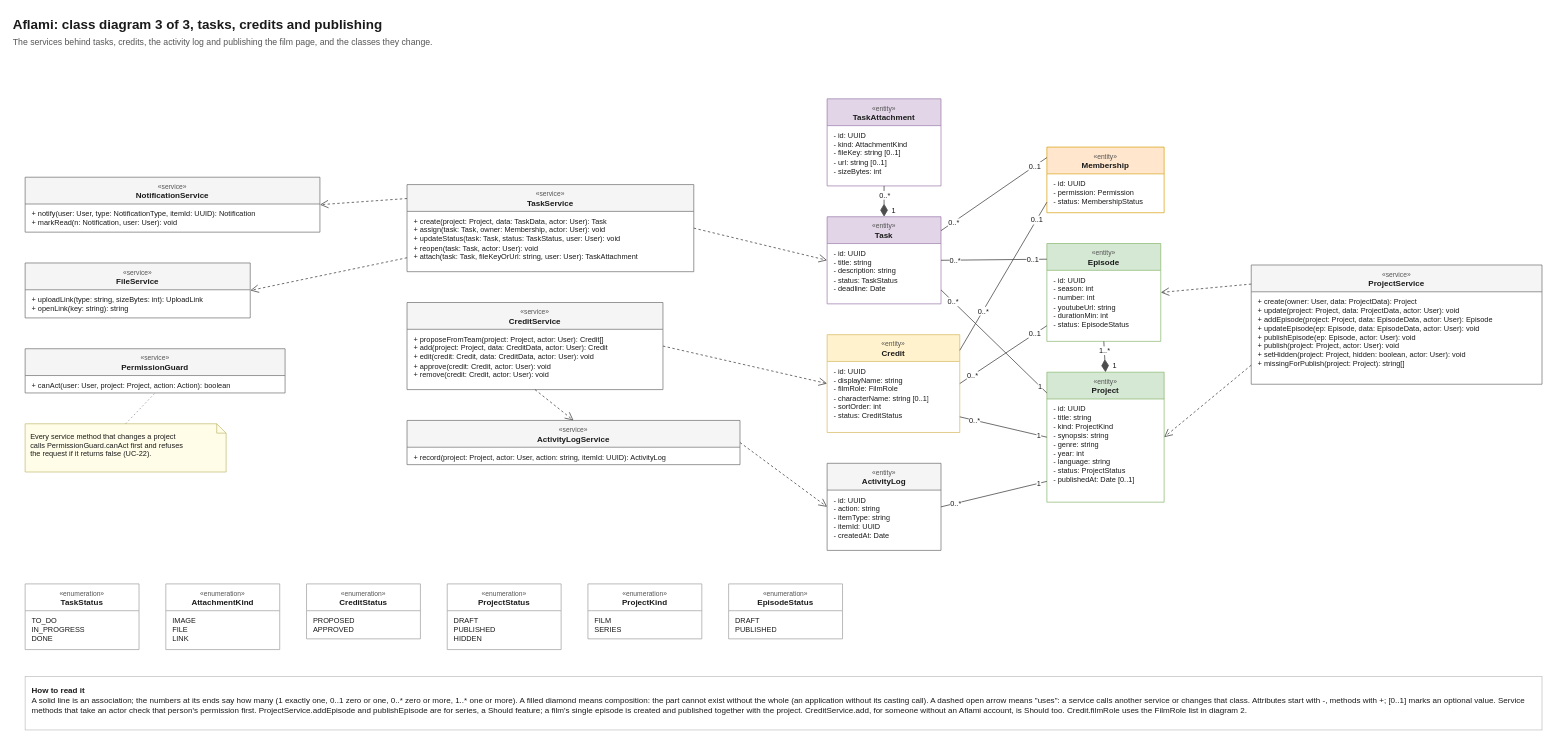
Anas-Azib/Aflami keeps this draw.io diagram as design/diagrams/Aflami_Class_Tasks_Credits.drawio. Above is the earlier version. Source tidied: cells renumbered, new cells numbered last; positions are measured from the earlier drawing's top-left corner, leaving out a move shared by most shapes. Both pictures are drawn from the tidied source at 67%, with x=0, y=0 at pixel (11, 11).
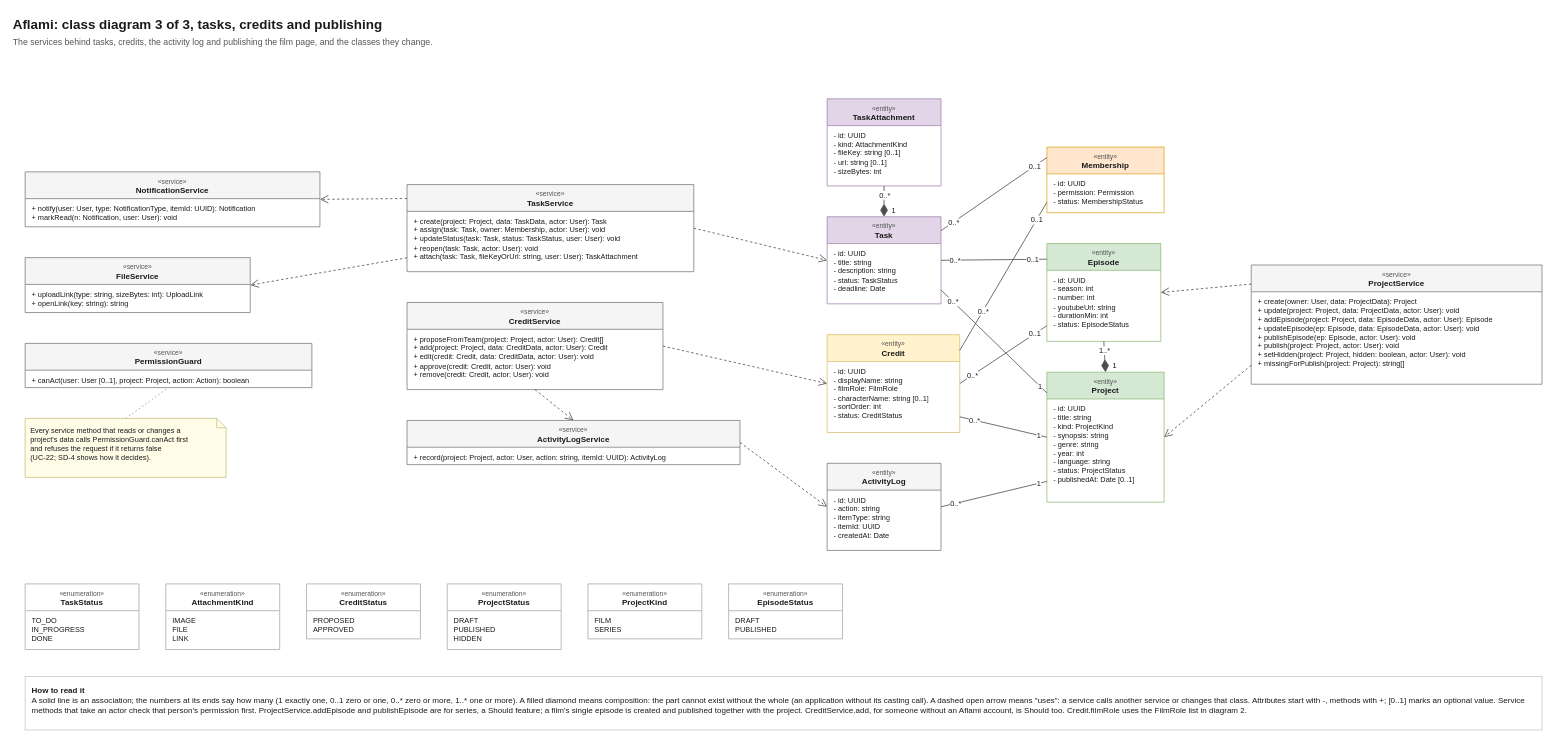
After the change.

What changed in the source:
```diff
@@
     <mxCell id="3" value="&lt;font style=&quot;font-size: 10px;&quot; color=&quot;#555555&quot;&gt;«service»&lt;/font&gt;&lt;br&gt;&lt;b&gt;PermissionGuard&lt;/b&gt;" style="swimlane;fontStyle=0;align=center;verticalAlign=top;horizontal=1;startSize=40;whiteSpace=wrap;html=1;fillColor=#F5F5F5;strokeColor=#666666;swimlaneFillColor=#FFFFFF;fontSize=12;fontColor=#1A1A1A;" parent="1" vertex="1">
-      <mxGeometry x="20" y="503" width="388" height="66" as="geometry" />
+      <mxGeometry x="20" y="495" width="428" height="66" as="geometry" />
     </mxCell>
-    <mxCell id="4" value="+ canAct(user: User, project: Project, action: Action): boolean" style="text;strokeColor=none;fillColor=none;align=left;verticalAlign=top;spacingLeft=8;spacingRight=4;spacingTop=2;overflow=hidden;whiteSpace=wrap;html=1;fontSize=11;fontColor=#1A1A1A;" parent="3" vertex="1">
-      <mxGeometry y="40" width="388" height="26" as="geometry" />
+    <mxCell id="4" value="+ canAct(user: User [0..1], project: Project, action: Action): boolean" style="text;strokeColor=none;fillColor=none;align=left;verticalAlign=top;spacingLeft=8;spacingRight=4;spacingTop=2;overflow=hidden;whiteSpace=wrap;html=1;fontSize=11;fontColor=#1A1A1A;" parent="3" vertex="1">
+      <mxGeometry y="40" width="428" height="26" as="geometry" />
     </mxCell>
-    <mxCell id="5" value="Every service method that changes a project&lt;br&gt;calls PermissionGuard.canAct first and refuses&lt;br&gt;the request if it returns false (UC-22)." style="shape=note;whiteSpace=wrap;html=1;size=14;align=left;verticalAlign=top;spacing=8;fillColor=#FFFDE7;strokeColor=#BDB76B;fontSize=11;fontColor=#1A1A1A;" parent="1" vertex="1">
-      <mxGeometry x="20" y="615" width="300" height="72" as="geometry" />
+    <mxCell id="5" value="Every service method that reads or changes a&lt;br&gt;project's data calls PermissionGuard.canAct first&lt;br&gt;and refuses the request if it returns false&lt;br&gt;(UC-22; SD-4 shows how it decides)." style="shape=note;whiteSpace=wrap;html=1;size=14;align=left;verticalAlign=top;spacing=8;fillColor=#FFFDE7;strokeColor=#BDB76B;fontSize=11;fontColor=#1A1A1A;" parent="1" vertex="1">
+      <mxGeometry x="20" y="607" width="300" height="88" as="geometry" />
     </mxCell>
     <mxCell id="6" value="&lt;font style=&quot;font-size: 10px;&quot; color=&quot;#555555&quot;&gt;«service»&lt;/font&gt;&lt;br&gt;&lt;b&gt;NotificationService&lt;/b&gt;" style="swimlane;fontStyle=0;align=center;verticalAlign=top;horizontal=1;startSize=40;whiteSpace=wrap;html=1;fillColor=#F5F5F5;strokeColor=#666666;swimlaneFillColor=#FFFFFF;fontSize=12;fontColor=#1A1A1A;" parent="1" vertex="1">
-      <mxGeometry x="20" y="247" width="440" height="82" as="geometry" />
+      <mxGeometry x="20" y="239" width="440" height="82" as="geometry" />
     </mxCell>
@@
     <mxCell id="8" value="&lt;font style=&quot;font-size: 10px;&quot; color=&quot;#555555&quot;&gt;«service»&lt;/font&gt;&lt;br&gt;&lt;b&gt;FileService&lt;/b&gt;" style="swimlane;fontStyle=0;align=center;verticalAlign=top;horizontal=1;startSize=40;whiteSpace=wrap;html=1;fillColor=#F5F5F5;strokeColor=#666666;swimlaneFillColor=#FFFFFF;fontSize=12;fontColor=#1A1A1A;" parent="1" vertex="1">
-      <mxGeometry x="20" y="375" width="336" height="82" as="geometry" />
+      <mxGeometry x="20" y="367" width="336" height="82" as="geometry" />
     </mxCell>
```
